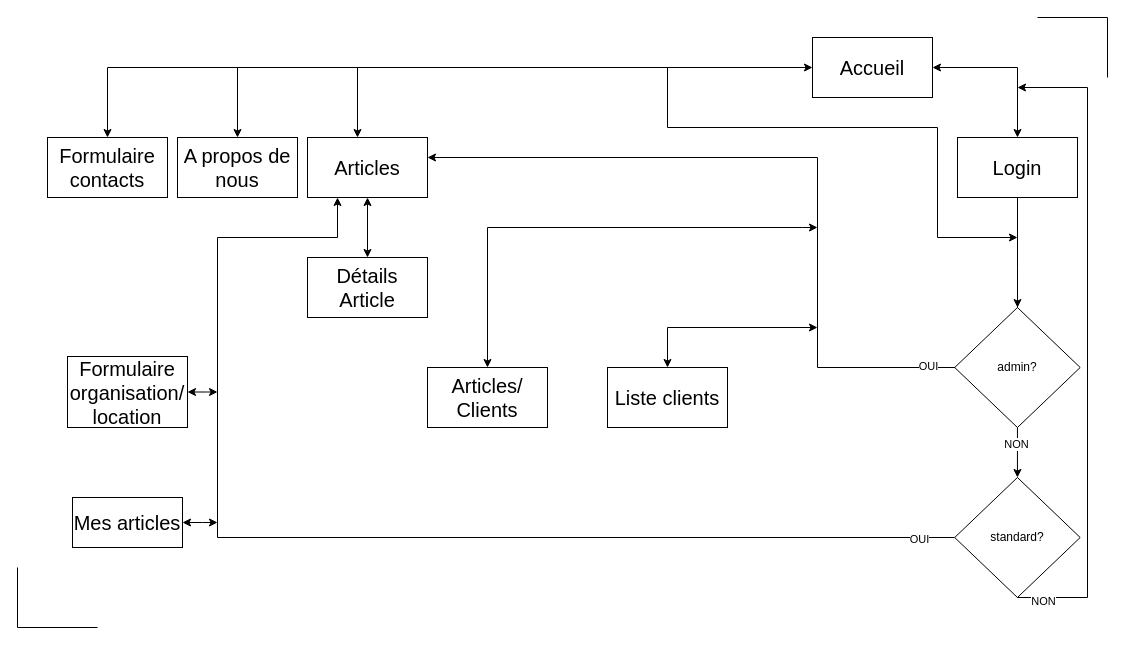
johnnyvaca/decoKerly keeps this draw.io diagram as Documentation/structureSite/structure.drawio. Above is the earlier version. Source tidied: cells renumbered, new cells numbered last; positions are measured from the earlier drawing's top-left corner, leaving out a move shared by most shapes. Both pictures are drawn from the tidied source at 100%, with x=0, y=0 at pixel (17, 17).
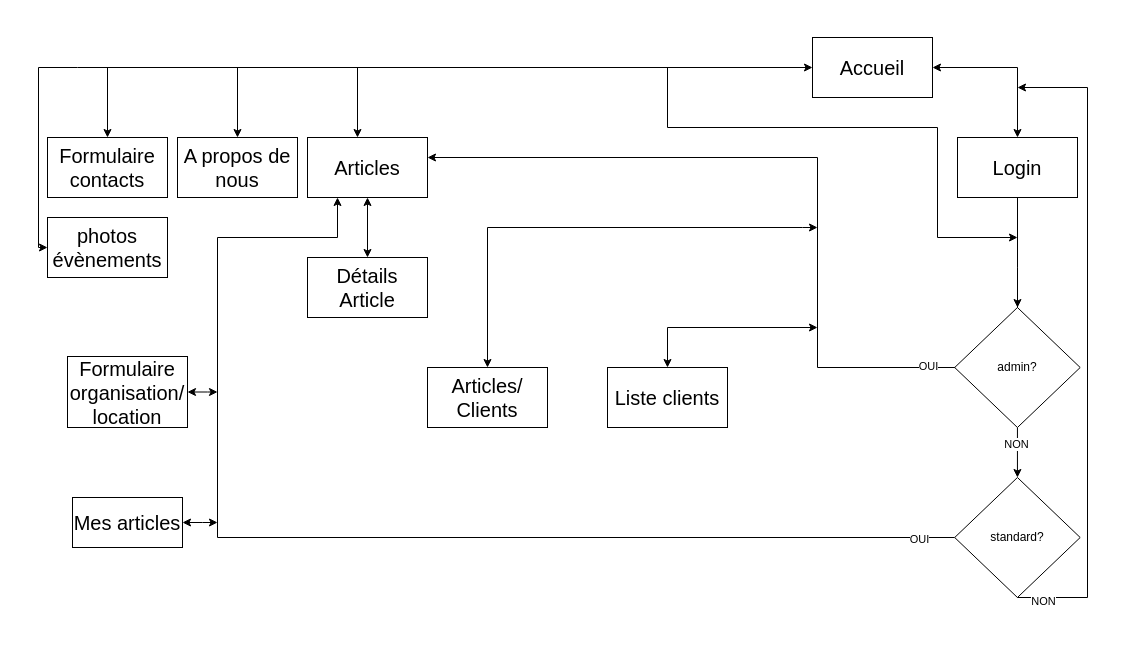
After the change.

The edit, as a diff of the source:
```diff
@@
-    <mxCell id="33" style="edgeStyle=orthogonalEdgeStyle;rounded=0;orthogonalLoop=1;jettySize=auto;html=1;startArrow=none;startFill=0;startSize=6;sourcePerimeterSpacing=0;endArrow=none;endFill=0;endSize=6;targetPerimeterSpacing=0;strokeWidth=1;" parent="1" edge="1">
+    <mxCell id="33" style="edgeStyle=orthogonalEdgeStyle;rounded=0;orthogonalLoop=1;jettySize=auto;html=1;startArrow=none;startFill=0;startSize=6;sourcePerimeterSpacing=0;endArrow=none;endFill=0;endSize=6;targetPerimeterSpacing=0;strokeWidth=1;strokeColor=none;" parent="1" edge="1">
       <mxGeometry relative="1" as="geometry">
         <mxPoint x="80" y="610" as="sourcePoint" />
         <mxPoint y="550" as="targetPoint" />
         <Array as="points">
           <mxPoint x="-0.1" y="610" />
         </Array>
       </mxGeometry>
     </mxCell>
-    <mxCell id="34" style="edgeStyle=orthogonalEdgeStyle;rounded=0;orthogonalLoop=1;jettySize=auto;html=1;startArrow=none;startFill=0;startSize=6;sourcePerimeterSpacing=0;endArrow=none;endFill=0;endSize=6;targetPerimeterSpacing=0;strokeWidth=1;" parent="1" edge="1">
+    <mxCell id="34" style="edgeStyle=orthogonalEdgeStyle;rounded=0;orthogonalLoop=1;jettySize=auto;html=1;startArrow=none;startFill=0;startSize=6;sourcePerimeterSpacing=0;endArrow=none;endFill=0;endSize=6;targetPerimeterSpacing=0;strokeWidth=1;strokeColor=none;" parent="1" edge="1">
       <mxGeometry relative="1" as="geometry">
         <mxPoint x="1090" y="60" as="sourcePoint" />
         <mxPoint x="1020" as="targetPoint" />
         <Array as="points">
           <mxPoint x="1090" y="60" />
           <mxPoint x="1090" />
         </Array>
       </mxGeometry>
     </mxCell>
+    <mxCell id="35" style="edgeStyle=orthogonalEdgeStyle;rounded=0;jettySize=auto;html=1;endArrow=none;endFill=0;startArrow=classic;startFill=1;" parent="1" edge="1" source="36">
+      <mxGeometry relative="1" as="geometry">
+        <mxPoint x="131" y="50" as="targetPoint" />
+        <Array as="points">
+          <mxPoint x="21" y="230" />
+          <mxPoint x="21" y="50" />
+          <mxPoint x="60" y="50" />
+        </Array>
+      </mxGeometry>
+    </mxCell>
+    <mxCell id="36" value="photos évènements" style="rounded=0;whiteSpace=wrap;html=1;fontSize=20;" parent="1" vertex="1">
+      <mxGeometry x="30" y="200" width="120" height="60" as="geometry" />
+    </mxCell>
```
